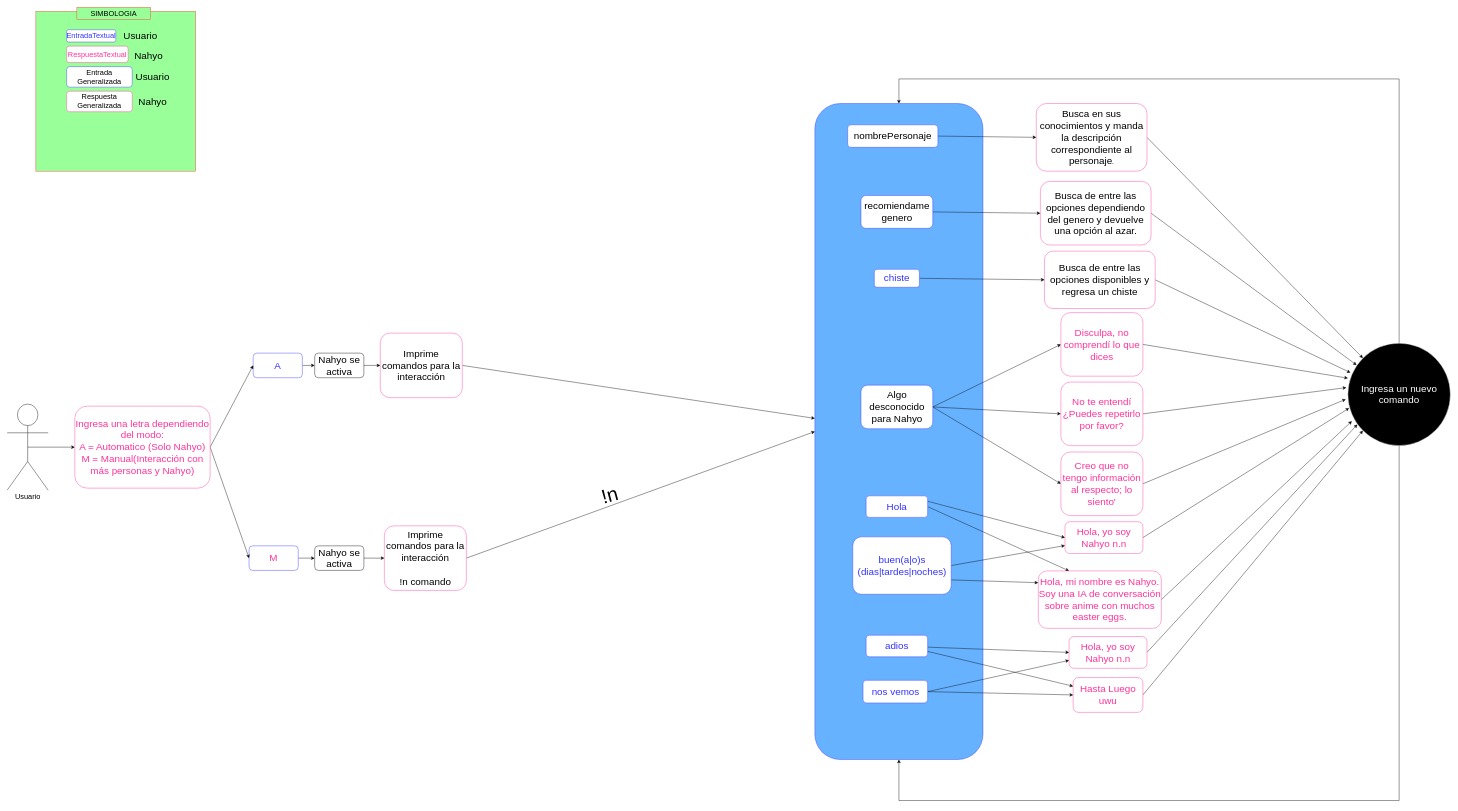
Before: Diagrama/DiagramaGeneral.drawio in cynthializbeth/ChatBot, a draw.io diagram. Source tidied: cells renumbered, new cells numbered last; positions are measured from the earlier drawing's top-left corner, leaving out a move shared by most shapes. Both pictures are drawn from the tidied source at 41%, with x=0, y=0 at pixel (7, 7).
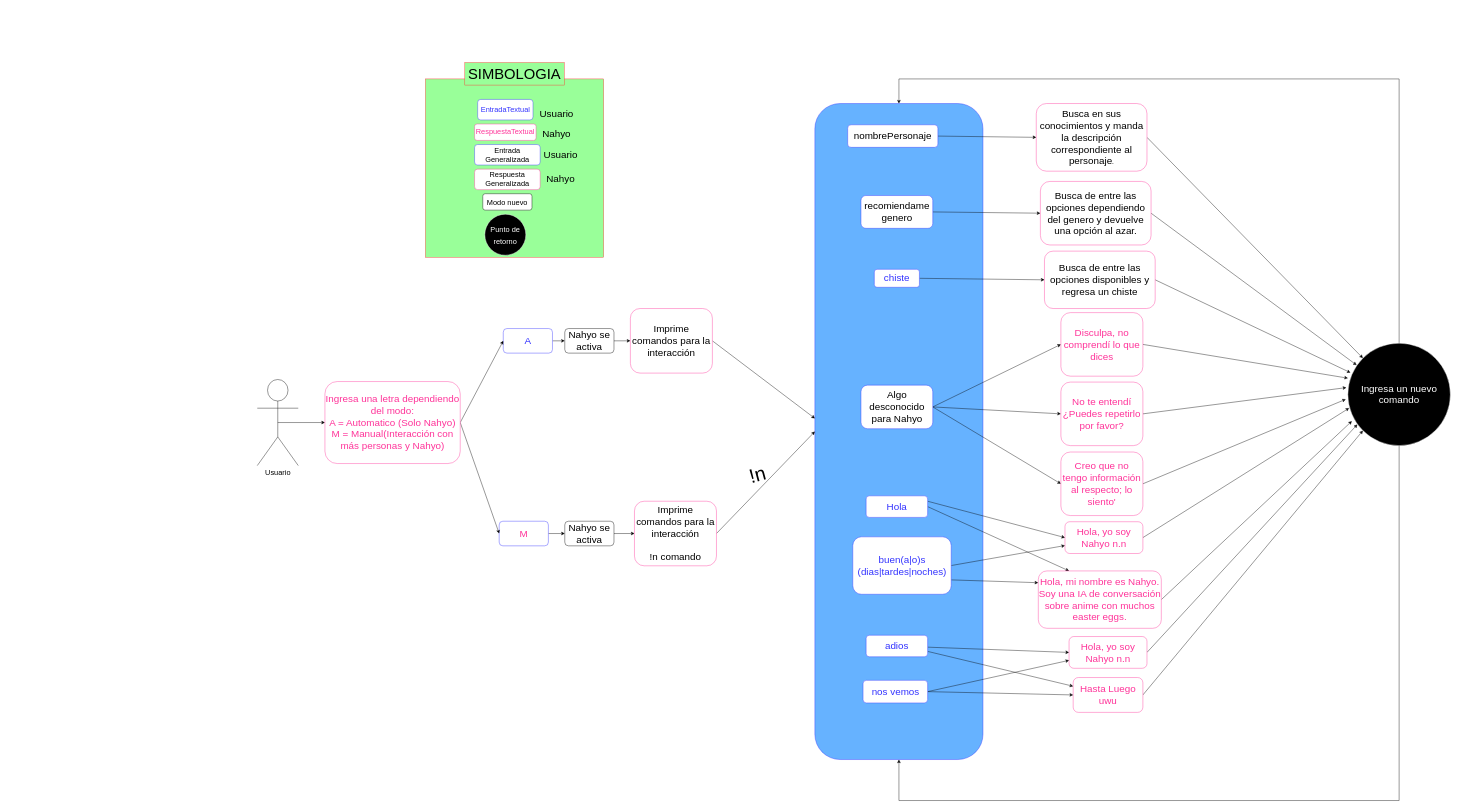
After the change.

What changed in the source:
```diff
@@
     <mxCell id="3" style="whiteSpace=wrap;html=1;labelBackgroundColor=none;fontSize=18;fontColor=#000000;strokeColor=#FF3333;fillColor=#99FF99;" parent="1" vertex="1">
-      <mxGeometry x="70" y="10" width="390" height="390" as="geometry" />
+      <mxGeometry x="1020" y="175" width="435" height="435" as="geometry" />
     </mxCell>
@@
     <mxCell id="14" value="&lt;font style=&quot;font-size: 18px;&quot; color=&quot;#3333FF&quot;&gt;EntradaTextual&lt;/font&gt; " style="rounded=1;whiteSpace=wrap;html=1;strokeColor=#3333FF;fillColor=#FFFFFF;" parent="1" vertex="1">
-      <mxGeometry x="145" y="55" width="120" height="30" as="geometry" />
+      <mxGeometry x="1147.5" y="225" width="135" height="50" as="geometry" />
     </mxCell>
     <mxCell id="15" value="&lt;font style=&quot;font-size: 24px;&quot;&gt;Usuario&lt;/font&gt;" style="text;html=1;strokeColor=none;fillColor=none;align=center;verticalAlign=middle;whiteSpace=wrap;rounded=0;" parent="1" vertex="1">
-      <mxGeometry x="295" y="55" width="60" height="30" as="geometry" />
+      <mxGeometry x="1310" y="245" width="60" height="30" as="geometry" />
     </mxCell>
     <mxCell id="16" value="&lt;font style=&quot;font-size: 18px;&quot; color=&quot;#FF3399&quot;&gt;RespuestaTextual&lt;/font&gt;" style="rounded=1;whiteSpace=wrap;html=1;strokeColor=#FF3399;fillColor=#FFFFFF;" parent="1" vertex="1">
-      <mxGeometry x="145" y="95" width="150" height="40" as="geometry" />
+      <mxGeometry x="1140" y="285" width="150" height="40" as="geometry" />
     </mxCell>
     <mxCell id="17" value="&lt;font style=&quot;font-size: 24px;&quot;&gt;Nahyo&lt;/font&gt;" style="text;html=1;strokeColor=none;fillColor=none;align=center;verticalAlign=middle;whiteSpace=wrap;rounded=0;" parent="1" vertex="1">
-      <mxGeometry x="315" y="105" width="60" height="30" as="geometry" />
+      <mxGeometry x="1310" y="295" width="60" height="30" as="geometry" />
     </mxCell>
     <mxCell id="18" value="&lt;font style=&quot;font-size: 18px;&quot;&gt;Entrada Generalizada&lt;/font&gt;" style="rounded=1;whiteSpace=wrap;html=1;strokeColor=#3333FF;fillColor=#FFFFFF;" parent="1" vertex="1">
-      <mxGeometry x="145" y="145" width="160" height="50" as="geometry" />
+      <mxGeometry x="1140" y="335" width="160" height="50" as="geometry" />
     </mxCell>
     <mxCell id="19" value="&lt;font style=&quot;font-size: 18px;&quot;&gt;Respuesta Generalizada&lt;/font&gt;" style="rounded=1;whiteSpace=wrap;html=1;strokeColor=#FF3399;fillColor=#FFFFFF;" parent="1" vertex="1">
-      <mxGeometry x="145" y="205" width="160" height="50" as="geometry" />
+      <mxGeometry x="1140" y="395" width="160" height="50" as="geometry" />
     </mxCell>
     <mxCell id="20" value="&lt;font style=&quot;font-size: 24px;&quot;&gt;Nahyo&lt;/font&gt;" style="text;html=1;strokeColor=none;fillColor=none;align=center;verticalAlign=middle;whiteSpace=wrap;rounded=0;" parent="1" vertex="1">
-      <mxGeometry x="325" y="215" width="60" height="30" as="geometry" />
+      <mxGeometry x="1320" y="405" width="60" height="30" as="geometry" />
     </mxCell>
-    <mxCell id="21" value="SIMBOLOGIA" style="text;html=1;strokeColor=#FF3333;fillColor=#99FF99;align=center;verticalAlign=middle;whiteSpace=wrap;rounded=0;labelBackgroundColor=none;fontSize=18;fontColor=#000000;" parent="1" vertex="1">
-      <mxGeometry x="170" width="180" height="30" as="geometry" />
+    <mxCell id="21" value="&lt;font style=&quot;font-size: 36px;&quot;&gt;SIMBOLOGIA&lt;/font&gt;" style="text;html=1;strokeColor=#FF3333;fillColor=#99FF99;align=center;verticalAlign=middle;whiteSpace=wrap;rounded=0;labelBackgroundColor=none;fontSize=18;fontColor=#000000;" parent="1" vertex="1">
+      <mxGeometry x="1116.2" y="135" width="242.5" height="55" as="geometry" />
     </mxCell>
@@
     <mxCell id="31" value="Usuario" style="shape=umlActor;verticalLabelPosition=bottom;verticalAlign=top;html=1;outlineConnect=0;fontSize=18;" parent="1" vertex="1">
-      <mxGeometry y="968.1" width="100" height="210" as="geometry" />
+      <mxGeometry x="610" y="908.1" width="100" height="210" as="geometry" />
     </mxCell>
     <mxCell id="32" value="&lt;font style=&quot;font-size: 24px;&quot;&gt;Usuario&lt;/font&gt;" style="text;html=1;strokeColor=none;fillColor=none;align=center;verticalAlign=middle;whiteSpace=wrap;rounded=0;" parent="1" vertex="1">
-      <mxGeometry x="325" y="155" width="60" height="30" as="geometry" />
+      <mxGeometry x="1320" y="345" width="60" height="30" as="geometry" />
     </mxCell>
@@
     <mxCell id="34" value="&lt;font color=&quot;#3333FF&quot;&gt;A&lt;/font&gt;" style="rounded=1;whiteSpace=wrap;html=1;fontSize=24;strokeColor=#3333FF;" parent="1" vertex="1">
-      <mxGeometry x="600" y="843.8" width="120" height="60" as="geometry" />
+      <mxGeometry x="1210" y="783.8" width="120" height="60" as="geometry" />
     </mxCell>
@@
     <mxCell id="36" value="&lt;font color=&quot;#FF3399&quot;&gt;M&lt;/font&gt;" style="rounded=1;whiteSpace=wrap;html=1;fontSize=24;strokeColor=#3333FF;" parent="1" vertex="1">
-      <mxGeometry x="590" y="1313.8" width="120" height="60" as="geometry" />
+      <mxGeometry x="1200" y="1253.8" width="120" height="60" as="geometry" />
     </mxCell>
@@
     <mxCell id="38" value="Nahyo se activa" style="rounded=1;whiteSpace=wrap;html=1;fontSize=24;" parent="1" vertex="1">
-      <mxGeometry x="750" y="843.8" width="120" height="60" as="geometry" />
+      <mxGeometry x="1360" y="783.8" width="120" height="60" as="geometry" />
     </mxCell>
@@
     <mxCell id="40" value="Nahyo se activa" style="rounded=1;whiteSpace=wrap;html=1;fontSize=24;" parent="1" vertex="1">
-      <mxGeometry x="750" y="1313.8" width="120" height="60" as="geometry" />
+      <mxGeometry x="1360" y="1253.8" width="120" height="60" as="geometry" />
     </mxCell>
@@
     <mxCell id="43" value="&lt;div&gt;&lt;font style=&quot;font-size: 24px;&quot; color=&quot;#FF3399&quot;&gt;Ingresa una letra dependiendo del modo:&lt;/font&gt;&lt;/div&gt;&lt;div&gt;&lt;font style=&quot;font-size: 24px;&quot; color=&quot;#FF3399&quot;&gt;A = Automatico (Solo Nahyo)&lt;br&gt;&lt;/font&gt;&lt;/div&gt;&lt;div&gt;&lt;font style=&quot;font-size: 24px;&quot; color=&quot;#FF3399&quot;&gt;M = Manual(Interacción con más personas y Nahyo)&lt;/font&gt;&lt;font color=&quot;#FF3399&quot;&gt;&lt;br&gt;&lt;/font&gt;&lt;/div&gt;" style="rounded=1;whiteSpace=wrap;html=1;strokeColor=#FF3399;" parent="1" vertex="1">
-      <mxGeometry x="165" y="973.1" width="330" height="200" as="geometry" />
+      <mxGeometry x="775" y="913.1" width="330" height="200" as="geometry" />
     </mxCell>
@@
     <mxCell id="45" value="&lt;font style=&quot;font-size: 24px;&quot;&gt;Imprime comandos para la interacción&lt;/font&gt;" style="rounded=1;whiteSpace=wrap;html=1;strokeColor=#FF3399;" parent="1" vertex="1">
-      <mxGeometry x="910" y="795" width="200" height="157.5" as="geometry" />
+      <mxGeometry x="1520" y="735" width="200" height="157.5" as="geometry" />
     </mxCell>
@@
     <mxCell id="47" value="&lt;div&gt;&lt;font style=&quot;font-size: 24px;&quot;&gt;Imprime comandos para la interacción&lt;/font&gt;&lt;/div&gt;&lt;div&gt;&lt;font style=&quot;font-size: 24px;&quot;&gt;&lt;br&gt;&lt;/font&gt;&lt;/div&gt;&lt;div&gt;&lt;font style=&quot;font-size: 24px;&quot;&gt;!n comando &lt;br&gt;&lt;/font&gt;&lt;/div&gt;" style="rounded=1;whiteSpace=wrap;html=1;strokeColor=#FF3399;" parent="1" vertex="1">
-      <mxGeometry x="920" y="1265" width="200" height="157.5" as="geometry" />
+      <mxGeometry x="1530" y="1205" width="200" height="157.5" as="geometry" />
     </mxCell>
@@
     <mxCell id="75" value="&lt;font style=&quot;font-size: 48px;&quot; color=&quot;#000000&quot;&gt;!n&lt;/font&gt;" style="text;html=1;strokeColor=none;fillColor=none;align=center;verticalAlign=middle;whiteSpace=wrap;rounded=0;fontSize=24;fontColor=#FFFFFF;rotation=-15;" parent="1" vertex="1">
-      <mxGeometry x="1400" y="1155" width="140" height="70" as="geometry" />
+      <mxGeometry x="1760" y="1105" width="140" height="70" as="geometry" />
     </mxCell>
+    <mxCell id="76" value="&lt;font style=&quot;font-size: 18px;&quot;&gt;Modo nuevo&lt;/font&gt;" style="rounded=1;whiteSpace=wrap;html=1;fontSize=24;" parent="1" vertex="1">
+      <mxGeometry x="1160" y="455" width="120" height="40" as="geometry" />
+    </mxCell>
+    <mxCell id="77" value="&lt;font style=&quot;font-size: 18px;&quot; color=&quot;#FFFFFF&quot;&gt;Punto de retorno&lt;br&gt;&lt;/font&gt;" style="ellipse;whiteSpace=wrap;html=1;fontSize=24;fontColor=#3333FF;strokeColor=#FFFFFF;fillColor=#000000;" parent="1" vertex="1">
+      <mxGeometry x="1165" y="505" width="100" height="100" as="geometry" />
+    </mxCell>
```
